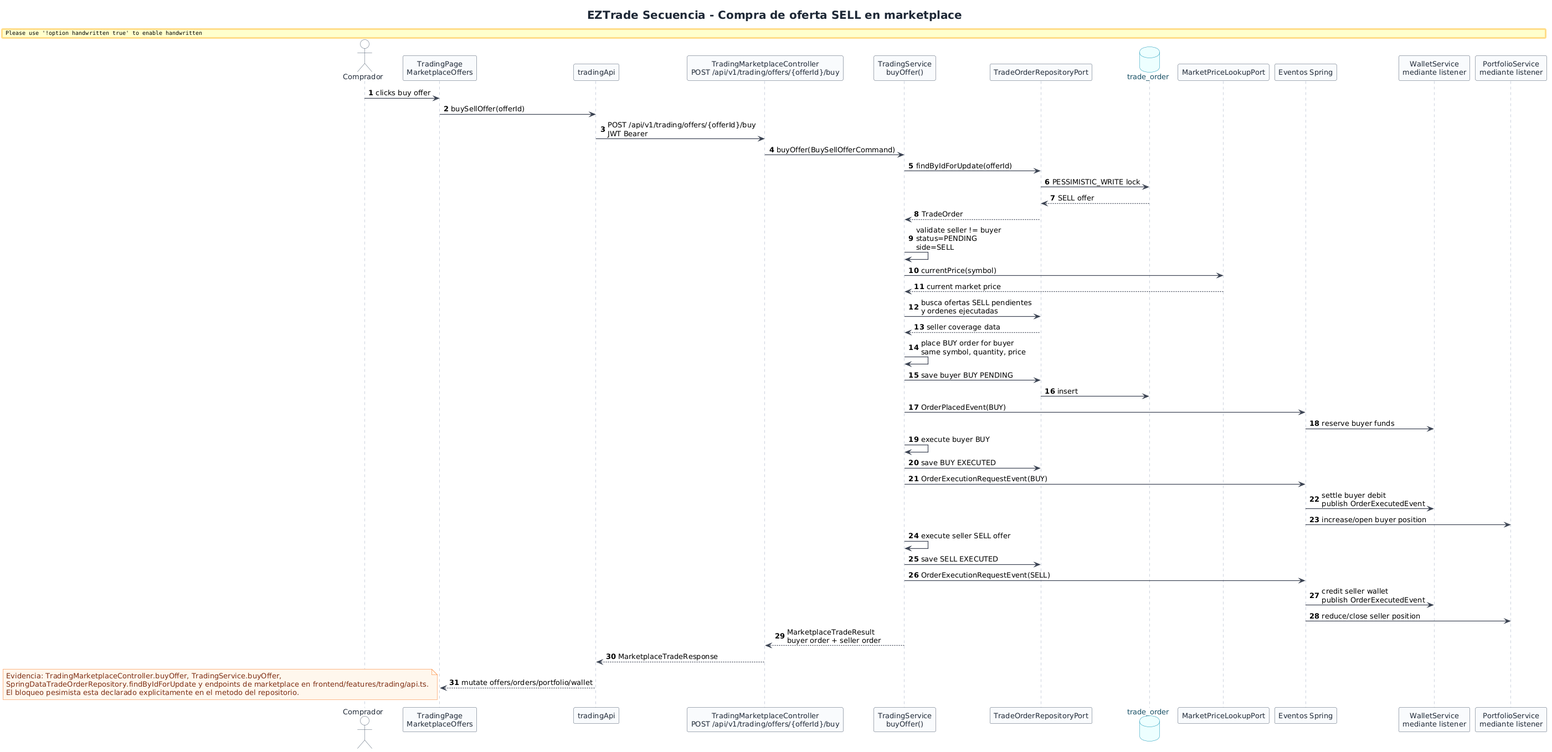
Above: EZTrade/docs/engineering-diagrams/05-sequence/rendered/marketplace-offer-purchase-sequence.png in SergioGarciaRuiz557/EZTrade (PlantUML), before the change.
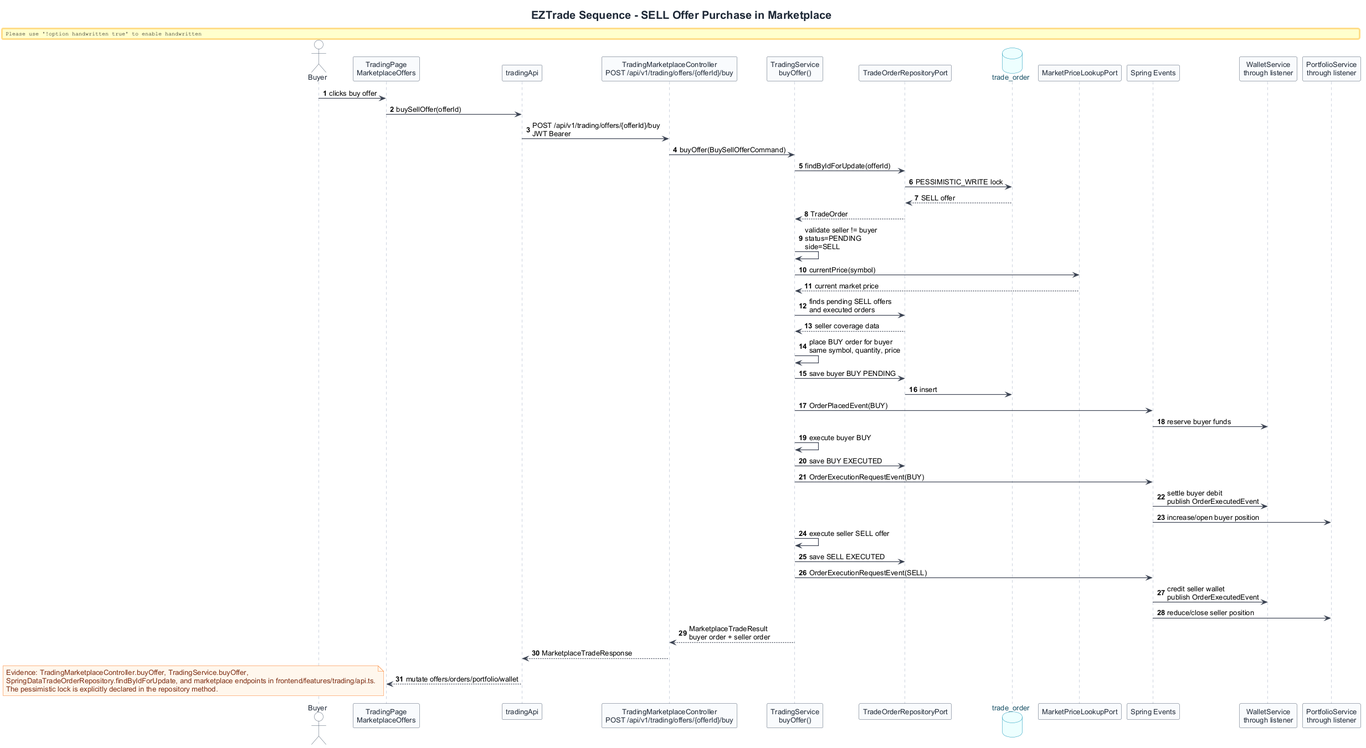
Later version of the same file.

What changed in the source:
```diff
@@ -1,10 +1,10 @@
 @startuml
 !include ../../common/eztrade-style.puml
 
-title EZTrade Secuencia - Compra de oferta SELL en marketplace
+title EZTrade Sequence - SELL Offer Purchase in Marketplace
 autonumber
 
-actor "Comprador" as Comprador
+actor "Buyer" as Buyer
 participant "TradingPage\nMarketplaceOffers" as Page
 participant "tradingApi" as Api
 participant "TradingMarketplaceController\nPOST /api/v1/trading/offers/{offerId}/buy" as Controller
@@ -12,11 +12,11 @@
 participant "TradeOrderRepositoryPort" as Repo
 database "trade_order" as TradeOrderDb
 participant "MarketPriceLookupPort" as MarketPort
-participant "Eventos Spring" as Events
-participant "WalletService\nmediante listener" as Wallet
-participant "PortfolioService\nmediante listener" as Portfolio
+participant "Spring Events" as Events
+participant "WalletService\nthrough listener" as Wallet
+participant "PortfolioService\nthrough listener" as Portfolio
 
-Comprador -> Page : clicks buy offer
+Buyer -> Page : clicks buy offer
 Page -> Api : buySellOffer(offerId)
 Api -> Controller : POST /api/v1/trading/offers/{offerId}/buy\nJWT Bearer
 Controller -> TradingService : buyOffer(BuySellOfferCommand)
@@ -27,7 +27,7 @@
 TradingService -> TradingService : validate seller != buyer\nstatus=PENDING\nside=SELL
 TradingService -> MarketPort : currentPrice(symbol)
 MarketPort --> TradingService : current market price
-TradingService -> Repo : busca ofertas SELL pendientes\ny ordenes ejecutadas
+TradingService -> Repo : finds pending SELL offers\nand executed orders
 Repo --> TradingService : seller coverage data
 
 TradingService -> TradingService : place BUY order for buyer\nsame symbol, quantity, price
@@ -53,9 +53,9 @@
 Api --> Page : mutate offers/orders/portfolio/wallet
 
 note bottom
-Evidencia: TradingMarketplaceController.buyOffer, TradingService.buyOffer,
-SpringDataTradeOrderRepository.findByIdForUpdate y endpoints de marketplace en frontend/features/trading/api.ts.
-El bloqueo pesimista esta declarado explicitamente en el metodo del repositorio.
+Evidence: TradingMarketplaceController.buyOffer, TradingService.buyOffer,
+SpringDataTradeOrderRepository.findByIdForUpdate, and marketplace endpoints in frontend/features/trading/api.ts.
+The pessimistic lock is explicitly declared in the repository method.
 end note
 
 @enduml
```
